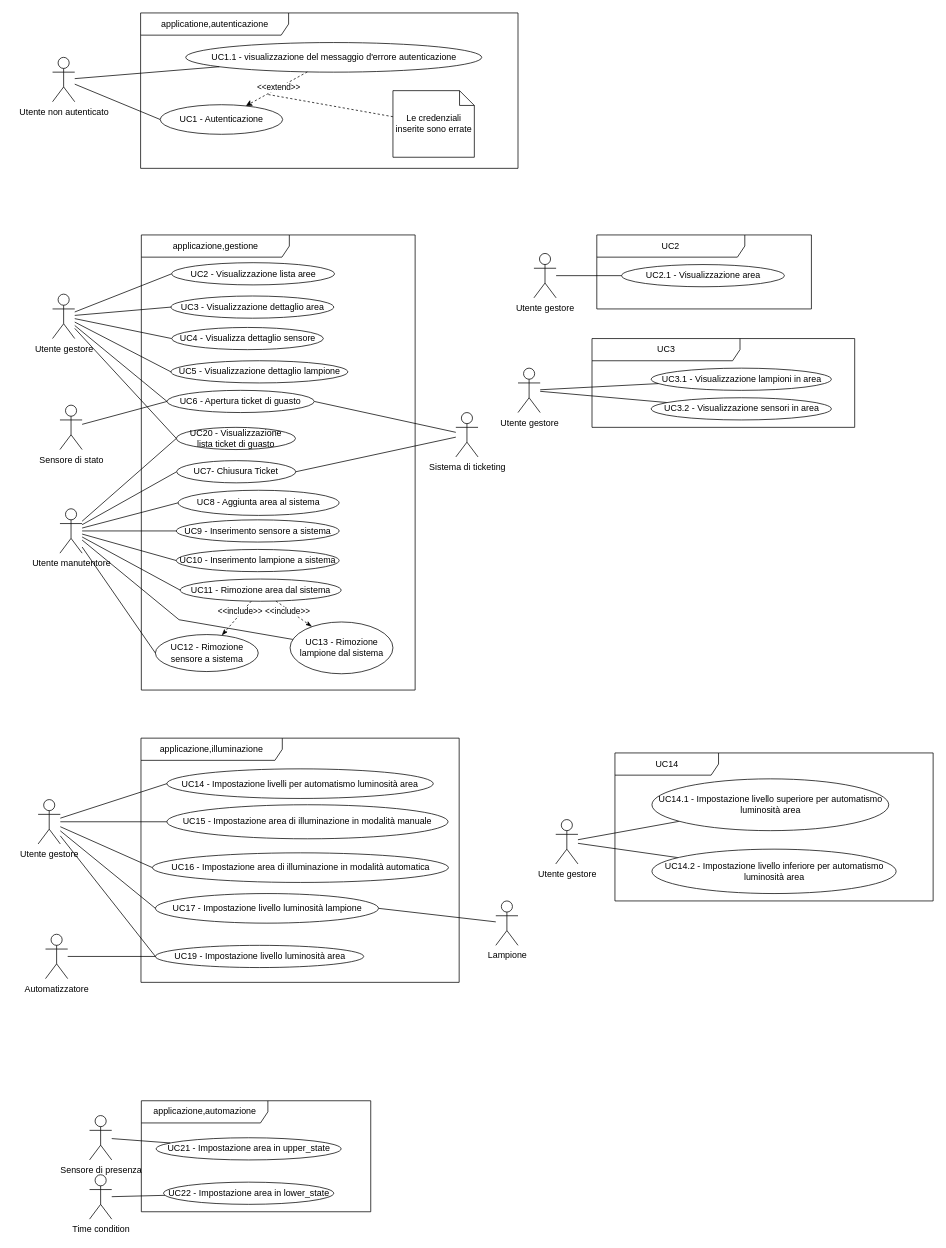
Above: page "OK" (1 of 8) of casi_uso_grafici.drawio in SWEasabi/analisi-dei-requisiti (draw.io), before the change. Source tidied: cells renumbered, new cells numbered last; positions are measured from the earlier drawing's top-left corner, leaving out a move shared by most shapes. Both pictures are drawn from the tidied source at 74%, with x=0, y=0 at pixel (38, 13).
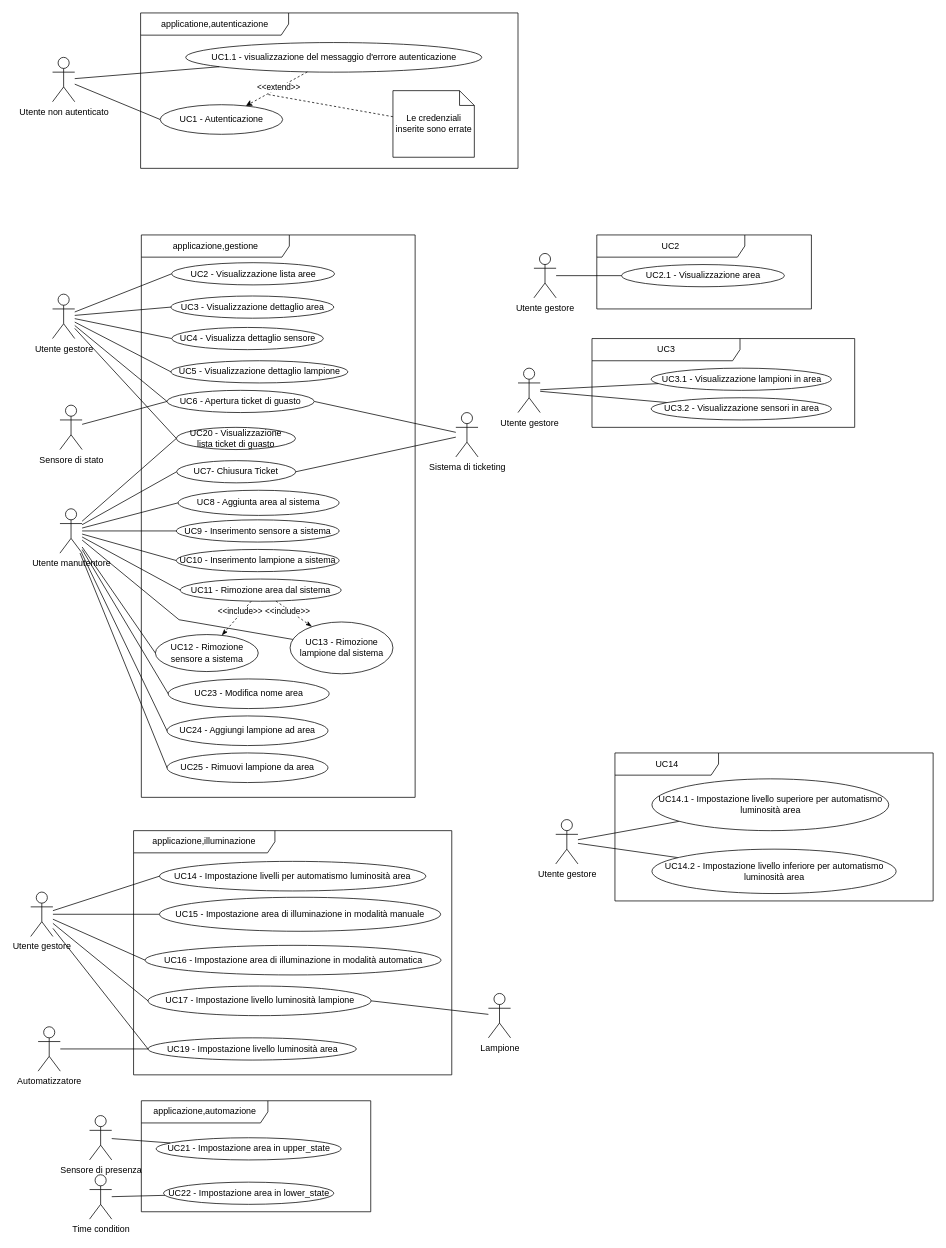
The same page after the edit.

Commit message (it also covers changes not shown here):
Modifica nome UC, correzione attore primario

Unchanged cells that the change refers to:
```xml
<mxCell id="56" value="Utente manutentore" style="shape=umlActor;verticalLabelPosition=bottom;verticalAlign=top;html=1;outlineConnect=0;gradientColor=none;" parent="1" vertex="1">
  <mxGeometry x="29.5" y="670" width="30" height="60" as="geometry" />
</mxCell>
```

The edit, as a diff of the source:
```diff
@@
     <mxCell id="2" value="applicazione,illuminazione" style="shape=umlFrame;whiteSpace=wrap;html=1;width=191;height=30;" parent="1" vertex="1">
-      <mxGeometry x="139" y="980" width="430" height="330" as="geometry" />
+      <mxGeometry x="129" y="1105" width="430" height="330" as="geometry" />
     </mxCell>
     <mxCell id="3" value="applicazione,gestione" style="shape=umlFrame;whiteSpace=wrap;html=1;width=200;height=30;" parent="1" vertex="1">
-      <mxGeometry x="139.5" y="300" width="370" height="615" as="geometry" />
+      <mxGeometry x="139.5" y="300" width="370" height="760" as="geometry" />
     </mxCell>
@@
     <mxCell id="39" value="UC19 - Impostazione livello luminosità area" style="ellipse;whiteSpace=wrap;html=1;gradientColor=none;" parent="1" vertex="1">
-      <mxGeometry x="158.5" y="1260" width="281.5" height="30" as="geometry" />
+      <mxGeometry x="148.5" y="1385" width="281.5" height="30" as="geometry" />
     </mxCell>
@@
     <mxCell id="41" value="UC17 - Impostazione livello luminosità lampione" style="ellipse;whiteSpace=wrap;html=1;" parent="1" vertex="1">
-      <mxGeometry x="158.5" y="1190" width="301.5" height="40" as="geometry" />
+      <mxGeometry x="148.5" y="1315" width="301.5" height="40" as="geometry" />
     </mxCell>
     <mxCell id="42" value="Lampione" style="shape=umlActor;verticalLabelPosition=bottom;verticalAlign=top;html=1;outlineConnect=0;" parent="1" vertex="1">
-      <mxGeometry x="618.5" y="1200" width="30" height="60" as="geometry" />
+      <mxGeometry x="608.5" y="1325" width="30" height="60" as="geometry" />
     </mxCell>
@@
     <mxCell id="46" value="Automatizzatore" style="shape=umlActor;verticalLabelPosition=bottom;verticalAlign=top;html=1;outlineConnect=0;" parent="1" vertex="1">
-      <mxGeometry x="10" y="1245" width="30" height="60" as="geometry" />
+      <mxGeometry y="1370" width="30" height="60" as="geometry" />
     </mxCell>
@@
     <mxCell id="74" value="Utente gestore" style="shape=umlActor;verticalLabelPosition=bottom;verticalAlign=top;html=1;outlineConnect=0;gradientColor=none;" parent="1" vertex="1">
-      <mxGeometry y="1063" width="30" height="60" as="geometry" />
+      <mxGeometry x="-10" y="1188" width="30" height="60" as="geometry" />
     </mxCell>
     <mxCell id="75" value="UC16 - Impostazione area di illuminazione in modalità automatica" style="ellipse;whiteSpace=wrap;html=1;" parent="1" vertex="1">
-      <mxGeometry x="154.5" y="1135" width="400" height="40" as="geometry" />
+      <mxGeometry x="144.5" y="1260" width="400" height="40" as="geometry" />
     </mxCell>
     <mxCell id="76" value="UC15 - Impostazione area di illuminazione in modalità manuale" style="ellipse;whiteSpace=wrap;html=1;" parent="1" vertex="1">
-      <mxGeometry x="174" y="1070" width="380" height="46" as="geometry" />
+      <mxGeometry x="164" y="1195" width="380" height="46" as="geometry" />
     </mxCell>
     <mxCell id="77" value="UC14 - Impostazione livelli per automatismo luminosità area" style="ellipse;whiteSpace=wrap;html=1;" parent="1" vertex="1">
-      <mxGeometry x="174" y="1021.5" width="360" height="40" as="geometry" />
+      <mxGeometry x="164" y="1146.5" width="360" height="40" as="geometry" />
     </mxCell>
@@
+    <mxCell id="90" value="UC23 - Modifica nome area" style="ellipse;whiteSpace=wrap;html=1;" parent="1" vertex="1">
+      <mxGeometry x="175.8" y="900" width="217.5" height="40" as="geometry" />
+    </mxCell>
+    <mxCell id="91" style="edgeStyle=none;html=1;endArrow=none;endFill=0;exitX=0;exitY=0.5;exitDx=0;exitDy=0;" parent="1" edge="1" source="90" target="56">
+      <mxGeometry relative="1" as="geometry" />
+    </mxCell>
+    <mxCell id="92" value="UC24 - Aggiungi lampione ad area" style="ellipse;whiteSpace=wrap;html=1;" parent="1" vertex="1">
+      <mxGeometry x="174.2" y="950" width="217.5" height="40" as="geometry" />
+    </mxCell>
+    <mxCell id="93" value="UC25&amp;nbsp;- Rimuovi lampione da area" style="ellipse;whiteSpace=wrap;html=1;" parent="1" vertex="1">
+      <mxGeometry x="174.2" y="1000" width="217.5" height="40" as="geometry" />
+    </mxCell>
+    <mxCell id="94" style="edgeStyle=none;html=1;endArrow=none;endFill=0;exitX=0;exitY=0.5;exitDx=0;exitDy=0;" parent="1" edge="1" source="92" target="56">
+      <mxGeometry relative="1" as="geometry" />
+    </mxCell>
+    <mxCell id="95" style="edgeStyle=none;html=1;endArrow=none;endFill=0;exitX=0;exitY=0.5;exitDx=0;exitDy=0;" parent="1" edge="1" source="93" target="56">
+      <mxGeometry relative="1" as="geometry" />
+    </mxCell>
```
